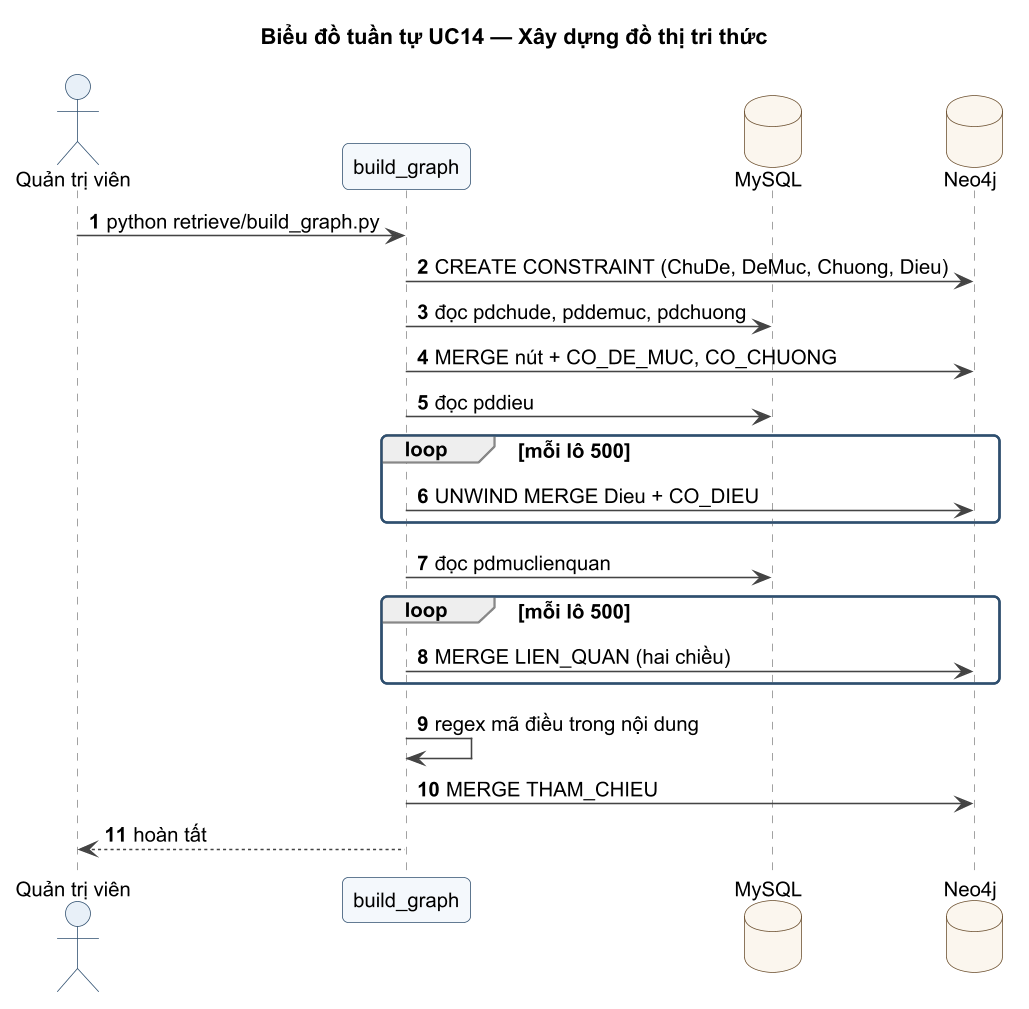
Before: docs/uml/png/UC14_SEQ.png, a diagram exported from PlantUML (hainguyen312/project2-chatbot-rag). Its diagram source:
```plantuml
@startuml UC14_SEQ
!pragma layout smetana
!include ../_style.iuml
title Biểu đồ tuần tự UC14 — Xây dựng đồ thị tri thức
autonumber
actor "Quản trị viên" as A
participant "build_graph" as G
database "MySQL" as DB
database "Neo4j" as N
A -> G : python retrieve/build_graph.py
G -> N : CREATE CONSTRAINT (ChuDe, DeMuc, Chuong, Dieu)
G -> DB : đọc pdchude, pddemuc, pdchuong
G -> N : MERGE nút + CO_DE_MUC, CO_CHUONG
G -> DB : đọc pddieu
loop mỗi lô 500
  G -> N : UNWIND MERGE Dieu + CO_DIEU
end
G -> DB : đọc pdmuclienquan
loop mỗi lô 500
  G -> N : MERGE LIEN_QUAN (hai chiều)
end
G -> G : regex mã điều trong nội dung
G -> N : MERGE THAM_CHIEU
G --> A : hoàn tất
@enduml
```
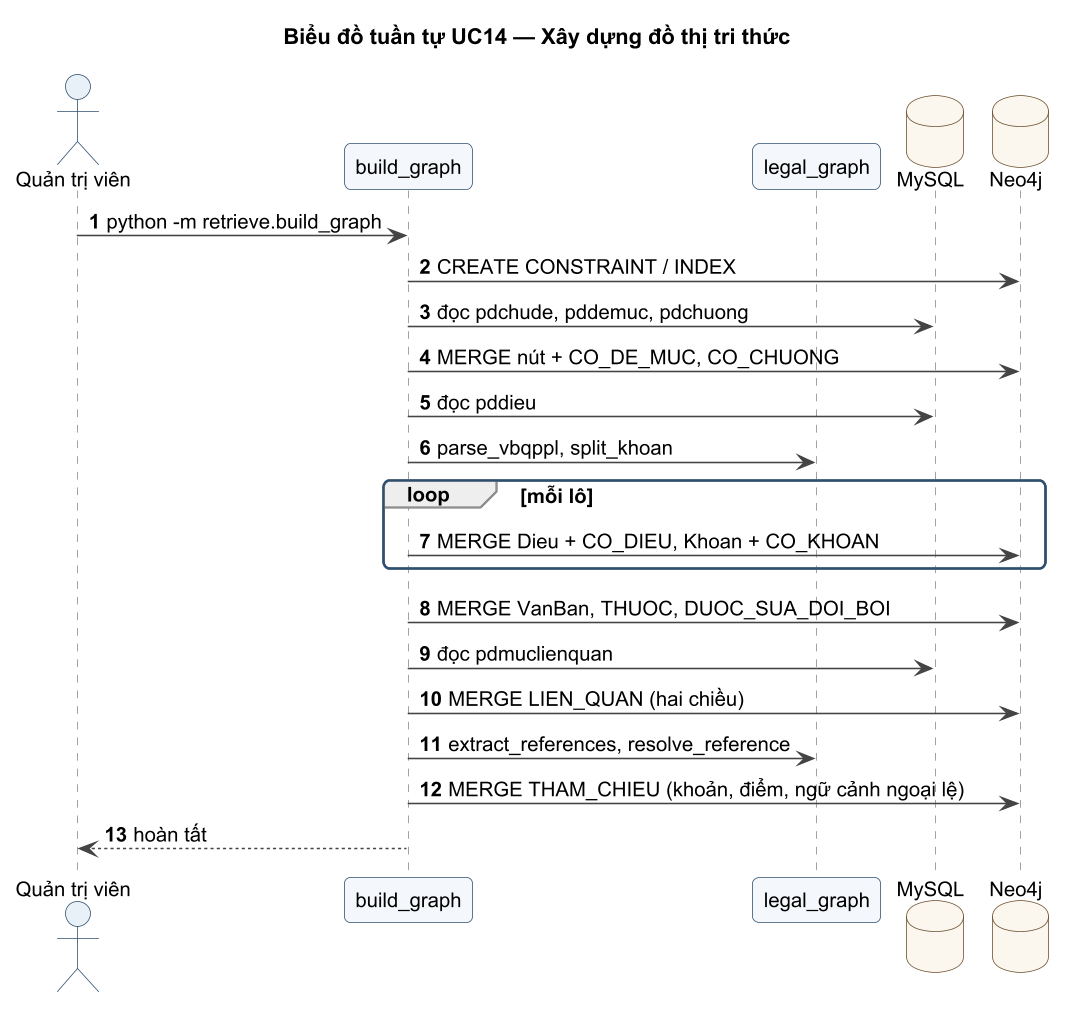
The same file after the commit.

What changed in the source:
```diff
@@ -5,21 +5,22 @@
 autonumber
 actor "Quản trị viên" as A
 participant "build_graph" as G
+participant "legal_graph" as P
 database "MySQL" as DB
 database "Neo4j" as N
-A -> G : python retrieve/build_graph.py
-G -> N : CREATE CONSTRAINT (ChuDe, DeMuc, Chuong, Dieu)
+A -> G : python -m retrieve.build_graph
+G -> N : CREATE CONSTRAINT / INDEX
 G -> DB : đọc pdchude, pddemuc, pdchuong
 G -> N : MERGE nút + CO_DE_MUC, CO_CHUONG
 G -> DB : đọc pddieu
-loop mỗi lô 500
-  G -> N : UNWIND MERGE Dieu + CO_DIEU
+G -> P : parse_vbqppl, split_khoan
+loop mỗi lô
+  G -> N : MERGE Dieu + CO_DIEU, Khoan + CO_KHOAN
 end
+G -> N : MERGE VanBan, THUOC, DUOC_SUA_DOI_BOI
 G -> DB : đọc pdmuclienquan
-loop mỗi lô 500
-  G -> N : MERGE LIEN_QUAN (hai chiều)
-end
-G -> G : regex mã điều trong nội dung
-G -> N : MERGE THAM_CHIEU
+G -> N : MERGE LIEN_QUAN (hai chiều)
+G -> P : extract_references, resolve_reference
+G -> N : MERGE THAM_CHIEU (khoản, điểm, ngữ cảnh ngoại lệ)
 G --> A : hoàn tất
 @enduml
```
